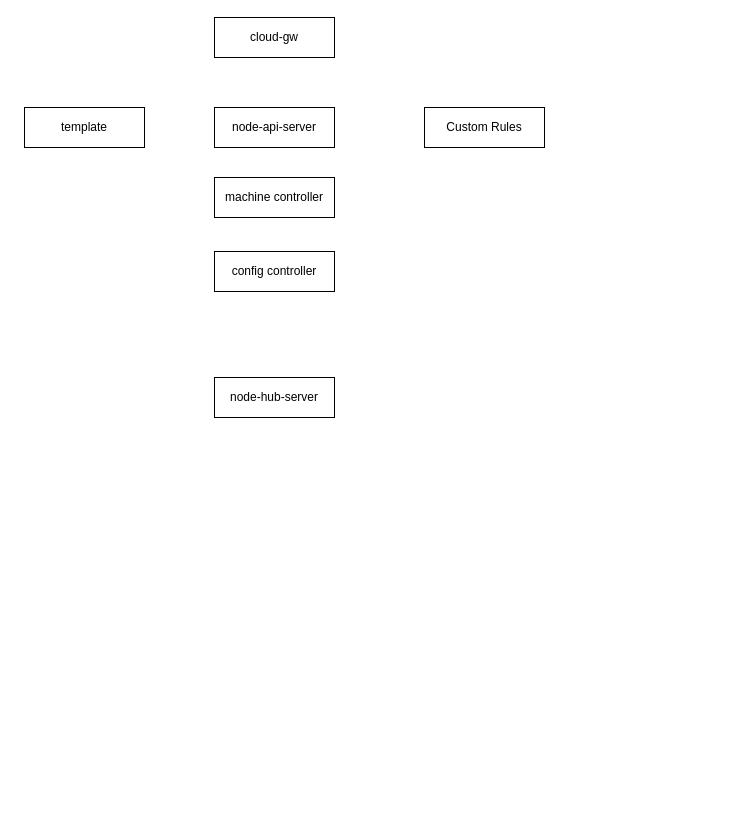
payall4u/draw.io keeps this draw.io diagram as NativeDetect.drawio. Above is the earlier version. Source tidied: cells renumbered, new cells numbered last; positions are measured from the earlier drawing's top-left corner, leaving out a move shared by most shapes. Both pictures are drawn from the tidied source at 100%, with x=0, y=0 at pixel (24, 17).
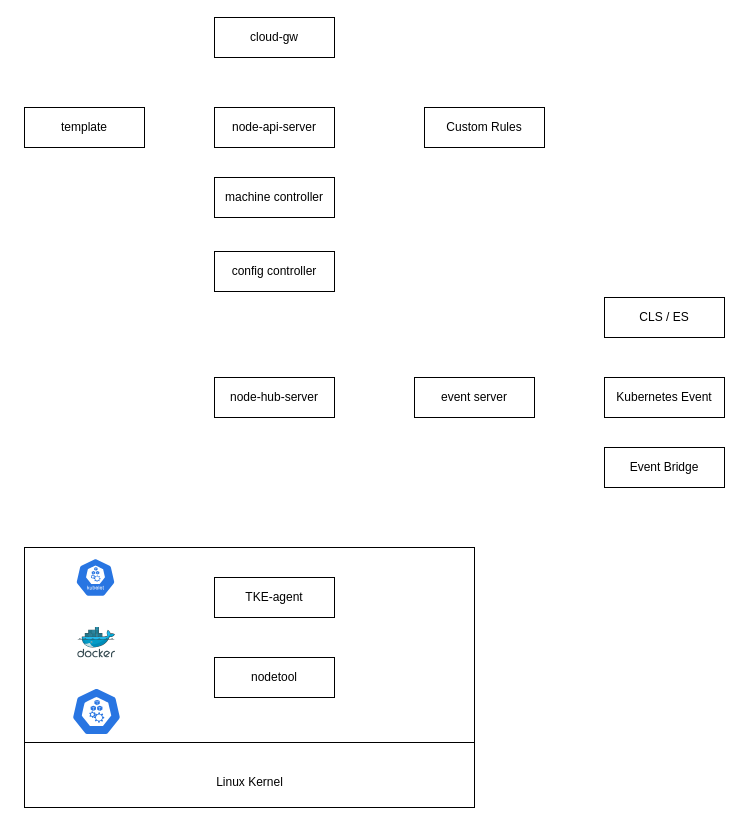
The same page after the edit.

What changed in the source:
```diff
@@
+    <mxCell id="9" value="event server" style="whiteSpace=wrap;html=1;" parent="1" vertex="1">
+      <mxGeometry x="390" y="360" width="120" height="40" as="geometry" />
+    </mxCell>
+    <mxCell id="10" value="Kubernetes Event" style="whiteSpace=wrap;html=1;" parent="1" vertex="1">
+      <mxGeometry x="580" y="360" width="120" height="40" as="geometry" />
+    </mxCell>
+    <mxCell id="11" value="Event Bridge" style="whiteSpace=wrap;html=1;" parent="1" vertex="1">
+      <mxGeometry x="580" y="430" width="120" height="40" as="geometry" />
+    </mxCell>
+    <mxCell id="12" value="CLS / ES" style="whiteSpace=wrap;html=1;" parent="1" vertex="1">
+      <mxGeometry x="580" y="280" width="120" height="40" as="geometry" />
+    </mxCell>
+    <mxCell id="13" style="whiteSpace=wrap;html=1;" parent="1" vertex="1">
+      <mxGeometry y="530" width="450" height="260" as="geometry" />
+    </mxCell>
+    <mxCell id="14" value="TKE-agent" style="whiteSpace=wrap;html=1;" parent="1" vertex="1">
+      <mxGeometry x="190" y="560" width="120" height="40" as="geometry" />
+    </mxCell>
+    <mxCell id="15" style="sketch=0;html=1;dashed=0;whitespace=wrap;fillColor=#2875E2;strokeColor=#ffffff;verticalLabelPosition=bottom;align=center;verticalAlign=top;shape=mxgraph.kubernetes.icon;prIcon=kubelet;" parent="1" vertex="1">
+      <mxGeometry x="51" y="540" width="40" height="40" as="geometry" />
+    </mxCell>
+    <mxCell id="16" style="sketch=0;html=1;align=center;image;fontSize=12;image=img/lib/mscae/Docker.svg;" parent="1" vertex="1">
+      <mxGeometry x="53.2" y="609.5" width="37.8" height="31" as="geometry" />
+    </mxCell>
+    <mxCell id="17" style="sketch=0;html=1;dashed=0;whitespace=wrap;fillColor=#2875E2;strokeColor=#ffffff;verticalLabelPosition=bottom;align=center;verticalAlign=top;shape=mxgraph.kubernetes.icon;prIcon=node;" parent="1" vertex="1">
+      <mxGeometry x="47" y="670" width="50" height="48" as="geometry" />
+    </mxCell>
+    <mxCell id="18" style="edgeStyle=none;rounded=0;orthogonalLoop=1;jettySize=auto;html=1;exitX=0;exitY=0.75;exitDx=0;exitDy=0;" parent="1" edge="1" source="13" target="13">
+      <mxGeometry relative="1" as="geometry" />
+    </mxCell>
+    <mxCell id="19" style="edgeStyle=none;rounded=0;orthogonalLoop=1;jettySize=auto;html=1;exitX=0;exitY=0.75;exitDx=0;exitDy=0;entryX=1;entryY=0.75;entryDx=0;entryDy=0;endArrow=none;endFill=0;" parent="1" edge="1" source="13" target="13">
+      <mxGeometry relative="1" as="geometry" />
+    </mxCell>
+    <mxCell id="20" value="Linux Kernel" style="text;html=1;align=center;verticalAlign=middle;strokeColor=none;fillColor=none;" parent="1" vertex="1">
+      <mxGeometry x="180" y="750" width="90" height="30" as="geometry" />
+    </mxCell>
+    <mxCell id="21" value="nodetool" style="whiteSpace=wrap;html=1;" parent="1" vertex="1">
+      <mxGeometry x="190" y="640" width="120" height="40" as="geometry" />
+    </mxCell>
```
